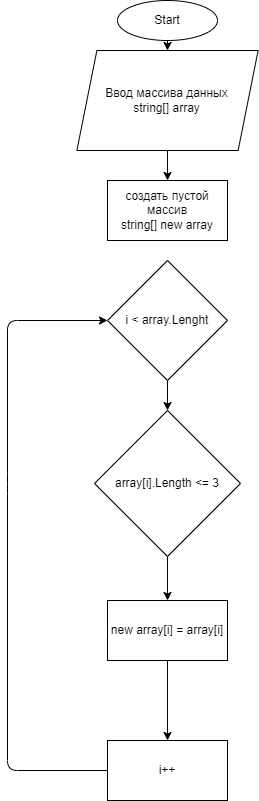
The draw.io diagram diagram.drawio.png in EvgeniyTi/test_gb, before a commit. Source tidied: cells renumbered, new cells last; positions are measured from the earlier drawing's top-left corner, leaving out a move shared by most shapes.
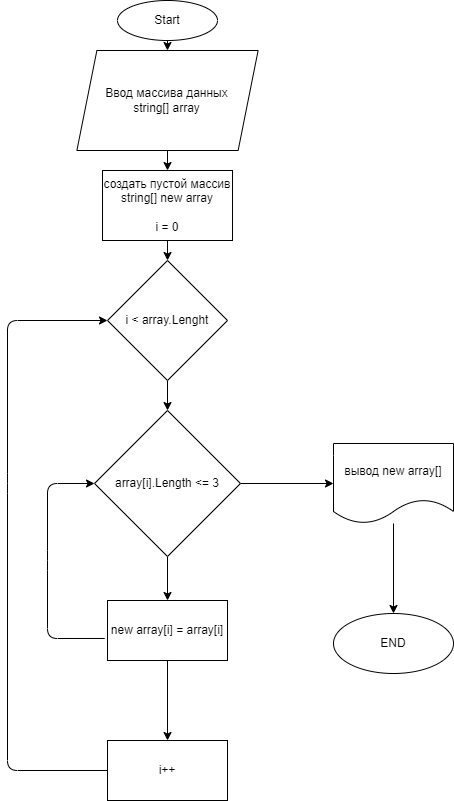
After the commit.

Change to the diagram source:
```diff
@@ -14,20 +14,35 @@
     <mxCell id="5" value="Ввод массива данных&lt;br&gt;string[] array" style="shape=parallelogram;perimeter=parallelogramPerimeter;whiteSpace=wrap;html=1;fixedSize=1;" parent="1" vertex="1">
       <mxGeometry x="69.4" y="50" width="181.2" height="100" as="geometry" />
     </mxCell>
+    <mxCell id="15" style="edgeStyle=none;html=1;" parent="1" edge="1" source="6" target="14">
+      <mxGeometry relative="1" as="geometry" />
+    </mxCell>
-    <mxCell id="6" value="создать пустой массив&lt;br&gt;string[] new array" style="whiteSpace=wrap;html=1;" parent="1" vertex="1">
-      <mxGeometry x="100" y="180" width="120" height="60" as="geometry" />
+    <mxCell id="6" value="создать пустой массив&lt;br&gt;string[] new array&lt;br&gt;&lt;br&gt;i = 0" style="whiteSpace=wrap;html=1;" parent="1" vertex="1">
+      <mxGeometry x="95" y="170" width="130" height="70" as="geometry" />
     </mxCell>
     <mxCell id="7" style="edgeStyle=none;html=1;" parent="1" edge="1" source="8">
       <mxGeometry relative="1" as="geometry">
         <mxPoint x="160" y="600" as="targetPoint" />
       </mxGeometry>
     </mxCell>
+    <mxCell id="16" style="edgeStyle=none;html=1;" parent="1" edge="1" source="8" target="19">
+      <mxGeometry relative="1" as="geometry" />
+    </mxCell>
     <mxCell id="8" value="array[i].Length &amp;lt;= 3" style="rhombus;whiteSpace=wrap;html=1;" parent="1" vertex="1">
       <mxGeometry x="87" y="410" width="146" height="146" as="geometry" />
     </mxCell>
     <mxCell id="9" style="edgeStyle=none;html=1;" parent="1" edge="1" source="10" target="12">
       <mxGeometry relative="1" as="geometry" />
     </mxCell>
+    <mxCell id="17" style="edgeStyle=none;html=1;entryX=0;entryY=0.5;entryDx=0;entryDy=0;exitX=-0.023;exitY=0.633;exitDx=0;exitDy=0;exitPerimeter=0;" parent="1" edge="1" source="10" target="8">
+      <mxGeometry relative="1" as="geometry">
+        <Array as="points">
+          <mxPoint x="40" y="638" />
+          <mxPoint x="40" y="560" />
+          <mxPoint x="40" y="483" />
+        </Array>
+      </mxGeometry>
+    </mxCell>
     <mxCell id="10" value="new array[i] = array[i]" style="whiteSpace=wrap;html=1;" parent="1" vertex="1">
       <mxGeometry x="100" y="600" width="120" height="60" as="geometry" />
     </mxCell>
@@ -50,5 +65,14 @@
     <mxCell id="14" value="i &amp;lt; array.Lenght" style="rhombus;whiteSpace=wrap;html=1;" parent="1" vertex="1">
       <mxGeometry x="100" y="260" width="120" height="120" as="geometry" />
     </mxCell>
+    <mxCell id="18" style="edgeStyle=none;html=1;" parent="1" edge="1" source="19" target="20">
+      <mxGeometry relative="1" as="geometry" />
+    </mxCell>
+    <mxCell id="19" value="вывод new array[]" style="shape=document;whiteSpace=wrap;html=1;boundedLbl=1;" parent="1" vertex="1">
+      <mxGeometry x="326" y="443" width="120" height="80" as="geometry" />
+    </mxCell>
+    <mxCell id="20" value="END" style="ellipse;whiteSpace=wrap;html=1;" parent="1" vertex="1">
+      <mxGeometry x="326" y="613" width="120" height="60" as="geometry" />
+    </mxCell>
   </root>
 </mxGraphModel>
```
